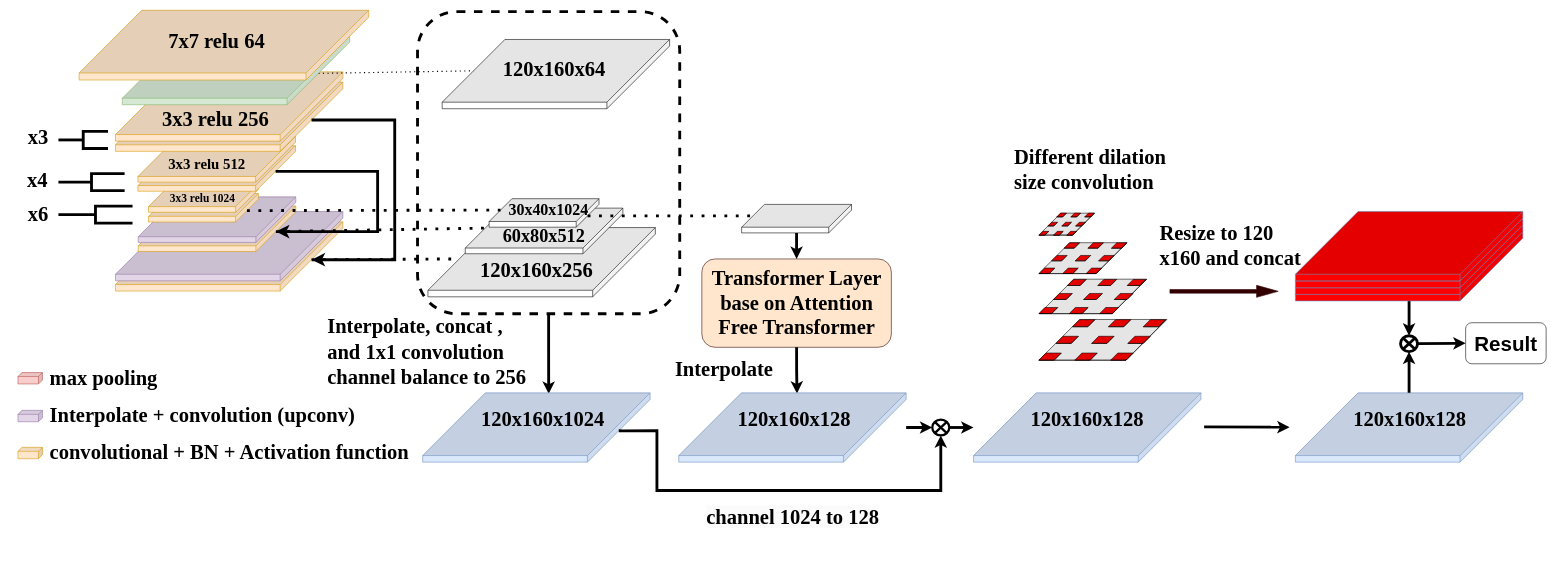
The draw.io diagram OursNetworkArch.drawio in min86615/minmin, before the edit. Source tidied: cells renumbered, new cells numbered last; positions are measured from the earlier drawing's top-left corner, leaving out a move shared by most shapes. Both pictures are drawn from the tidied source at 57%, with x=0, y=0 at pixel (10, -100).
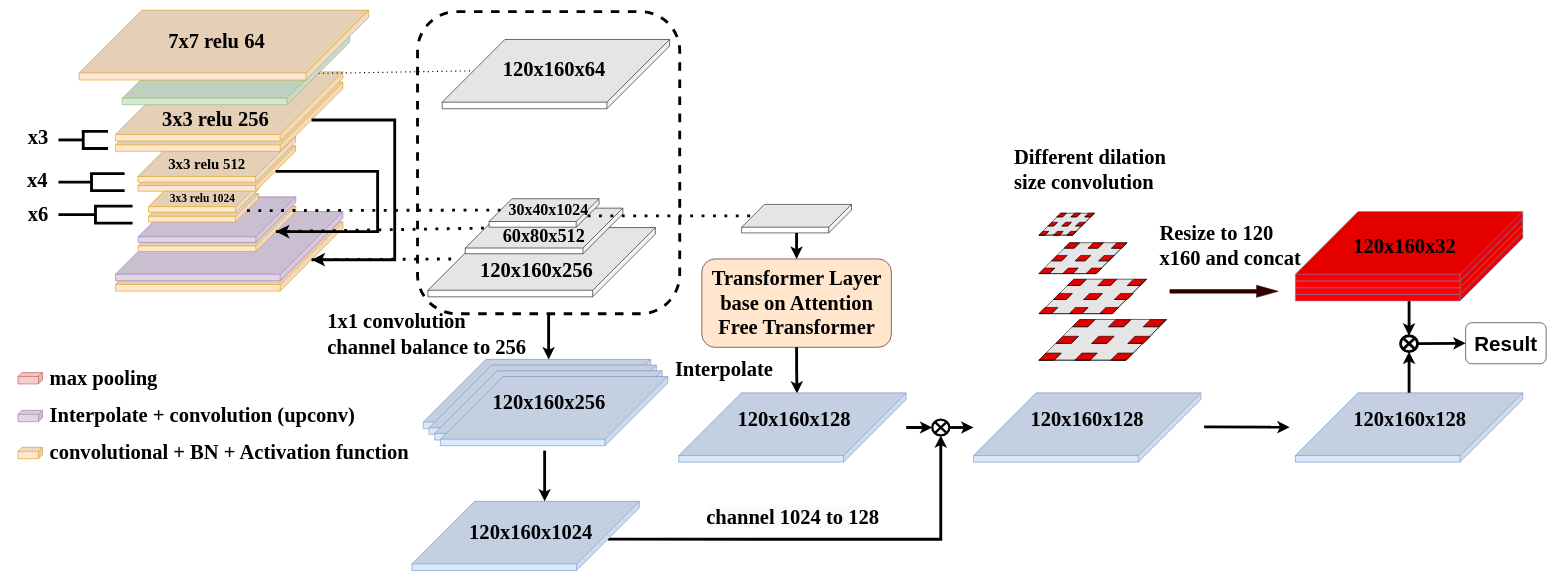
Above is the later version.

The change refers to these unchanged cells:
```xml
<mxCell id="3" style="rounded=1;whiteSpace=wrap;html=1;gradientColor=none;fillColor=none;dashed=1;strokeWidth=5;" parent="1" vertex="1">
  <mxGeometry x="715" y="195" width="460" height="530" as="geometry" />
</mxCell>
<mxCell id="96" style="group;" parent="1" vertex="1">
  <mxGeometry x="2255" y="545.7" width="440" height="353.8" as="geometry" />
</mxCell>
<mxCell id="106" style="shape=sumEllipse;perimeter=ellipsePerimeter;whiteSpace=wrap;html=1;backgroundOutline=1;fontSize=17;strokeWidth=4;" parent="1" vertex="1">
  <mxGeometry x="1618.1" y="910.5" width="29.8" height="27.9" as="geometry" />
</mxCell>
```

Change to the diagram source:
```diff
@@
+    <mxCell id="131" style="group;" parent="1" vertex="1">
+      <mxGeometry x="725" y="805" width="429" height="151.5" as="geometry" />
+    </mxCell>
+    <mxCell id="132" style="shape=cube;whiteSpace=wrap;html=1;boundedLbl=1;backgroundOutline=1;darkOpacity=0.05;darkOpacity2=0.1;size=110;direction=east;flipH=0;rotation=90;fillColor=#dae8fc;strokeColor=#6c8ebf;" parent="131" vertex="1">
+      <mxGeometry x="138.8" y="-138.8" width="121.5" height="399" as="geometry" />
+    </mxCell>
+    <mxCell id="133" style="shape=cube;whiteSpace=wrap;html=1;boundedLbl=1;backgroundOutline=1;darkOpacity=0.05;darkOpacity2=0.1;size=110;direction=east;flipH=0;rotation=90;fillColor=#dae8fc;strokeColor=#6c8ebf;" parent="131" vertex="1">
+      <mxGeometry x="148.8" y="-128.8" width="121.5" height="399" as="geometry" />
+    </mxCell>
+    <mxCell id="134" style="shape=cube;whiteSpace=wrap;html=1;boundedLbl=1;backgroundOutline=1;darkOpacity=0.05;darkOpacity2=0.1;size=110;direction=east;flipH=0;rotation=90;fillColor=#dae8fc;strokeColor=#6c8ebf;" parent="131" vertex="1">
+      <mxGeometry x="158.8" y="-118.8" width="121.5" height="399" as="geometry" />
+    </mxCell>
+    <mxCell id="135" style="shape=cube;whiteSpace=wrap;html=1;boundedLbl=1;backgroundOutline=1;darkOpacity=0.05;darkOpacity2=0.1;size=110;direction=east;flipH=0;rotation=90;fillColor=#dae8fc;strokeColor=#6c8ebf;" parent="131" vertex="1">
+      <mxGeometry x="168.8" y="-108.8" width="121.5" height="399" as="geometry" />
+    </mxCell>
+    <mxCell id="136" value="&lt;font face=&quot;Times New Roman&quot; style=&quot;font-size: 36px;&quot;&gt;120x160x256&lt;/font&gt;" style="text;html=1;strokeColor=none;fillColor=none;align=left;verticalAlign=middle;whiteSpace=wrap;rounded=0;fontStyle=1;" parent="131" vertex="1">
+      <mxGeometry x="120" y="63.8" width="124" height="23.9" as="geometry" />
+    </mxCell>
-    <mxCell id="2" style="edgeStyle=orthogonalEdgeStyle;rounded=0;jettySize=auto;html=1;fontSize=17;strokeWidth=5;entryX=0.014;entryY=0.446;entryDx=0;entryDy=0;entryPerimeter=0;" parent="1" edge="1" source="3" target="40">
-      <mxGeometry relative="1" as="geometry" />
+    <mxCell id="2" style="edgeStyle=orthogonalEdgeStyle;rounded=0;jettySize=auto;html=1;fontSize=17;strokeWidth=5;" parent="1" edge="1" source="3">
+      <mxGeometry relative="1" as="geometry">
+        <mxPoint x="945" y="805" as="targetPoint" />
+      </mxGeometry>
     </mxCell>
@@
-    <mxCell id="39" value="&lt;font style=&quot;font-size: 36px;&quot;&gt;&lt;font style=&quot;font-size: 36px;&quot; face=&quot;Times New Roman&quot;&gt;Interpolate, concat ,&lt;br&gt;and 1x1 convolution&lt;br&gt;channel balance to 256&lt;/font&gt;&lt;br&gt;&lt;/font&gt;" style="text;html=1;strokeColor=none;fillColor=none;align=left;verticalAlign=middle;whiteSpace=wrap;rounded=0;fontStyle=1;" parent="1" vertex="1">
-      <mxGeometry x="555" y="755.3" width="367.5" height="72.8" as="geometry" />
-    </mxCell>
-    <mxCell id="40" style="shape=cube;whiteSpace=wrap;html=1;boundedLbl=1;backgroundOutline=1;darkOpacity=0.05;darkOpacity2=0.1;size=110;direction=east;flipH=0;rotation=90;fillColor=#dae8fc;strokeColor=#6c8ebf;" parent="1" vertex="1">
-      <mxGeometry x="862.8" y="725" width="121.5" height="399" as="geometry" />
-    </mxCell>
@@
+    <mxCell id="137" value="&lt;font face=&quot;Times New Roman&quot; style=&quot;font-size: 36px;&quot;&gt;120x160x32&lt;/font&gt;" style="text;html=1;strokeColor=none;fillColor=none;align=left;verticalAlign=middle;whiteSpace=wrap;rounded=0;fontStyle=1;" parent="96" vertex="1">
+      <mxGeometry x="100" y="48.8" width="130" height="23.9" as="geometry" />
+    </mxCell>
@@
     <mxCell id="123" style="edgeStyle=orthogonalEdgeStyle;rounded=0;jettySize=auto;html=1;entryX=0.5;entryY=1;entryDx=0;entryDy=0;strokeWidth=5;fontSize=18;exitX=0;exitY=0;exitDx=66.49999999999999;exitDy=55;exitPerimeter=0;" parent="1" edge="1" source="40" target="106">
       <mxGeometry relative="1" as="geometry">
         <Array as="points">
-          <mxPoint x="1075" y="930" />
-          <mxPoint x="1135" y="930" />
-          <mxPoint x="1135" y="1035" />
-          <mxPoint x="1633" y="1035" />
+          <mxPoint x="1633" y="1121" />
         </Array>
       </mxGeometry>
     </mxCell>
@@
-    <mxCell id="126" value="&lt;font face=&quot;Times New Roman&quot; style=&quot;font-size: 36px;&quot;&gt;120x160x1024&lt;/font&gt;" style="text;html=1;strokeColor=none;fillColor=none;align=left;verticalAlign=middle;whiteSpace=wrap;rounded=0;fontStyle=1;" parent="1" vertex="1">
-      <mxGeometry x="825" y="899.5" width="124" height="23.9" as="geometry" />
-    </mxCell>
@@
+    <mxCell id="39" value="&lt;font style=&quot;font-size: 36px;&quot;&gt;&lt;font style=&quot;font-size: 36px;&quot; face=&quot;Times New Roman&quot;&gt;1x1 convolution&lt;br&gt;channel balance to 256&lt;/font&gt;&lt;br&gt;&lt;/font&gt;" style="text;html=1;strokeColor=none;fillColor=none;align=left;verticalAlign=middle;whiteSpace=wrap;rounded=0;fontStyle=1;" parent="1" vertex="1">
+      <mxGeometry x="555" y="725" width="367.5" height="72.8" as="geometry" />
+    </mxCell>
+    <mxCell id="138" style="group;" parent="1" vertex="1">
+      <mxGeometry x="705" y="1054" width="399" height="121.5" as="geometry" />
+    </mxCell>
+    <mxCell id="40" style="shape=cube;whiteSpace=wrap;html=1;boundedLbl=1;backgroundOutline=1;darkOpacity=0.05;darkOpacity2=0.1;size=110;direction=east;flipH=0;rotation=90;fillColor=#dae8fc;strokeColor=#6c8ebf;" parent="138" vertex="1">
+      <mxGeometry x="138.8" y="-138.8" width="121.5" height="399" as="geometry" />
+    </mxCell>
+    <mxCell id="126" value="&lt;font face=&quot;Times New Roman&quot; style=&quot;font-size: 36px;&quot;&gt;120x160x1024&lt;/font&gt;" style="text;html=1;strokeColor=none;fillColor=none;align=left;verticalAlign=middle;whiteSpace=wrap;rounded=0;fontStyle=1;" parent="138" vertex="1">
+      <mxGeometry x="99" y="43.2" width="124" height="23.9" as="geometry" />
+    </mxCell>
+    <mxCell id="139" style="edgeStyle=orthogonalEdgeStyle;rounded=0;orthogonalLoop=1;jettySize=auto;html=1;fontSize=17;strokeWidth=5;" parent="1" edge="1">
+      <mxGeometry relative="1" as="geometry">
+        <mxPoint x="938" y="965" as="sourcePoint" />
+        <mxPoint x="938" y="1054" as="targetPoint" />
+      </mxGeometry>
+    </mxCell>
```
